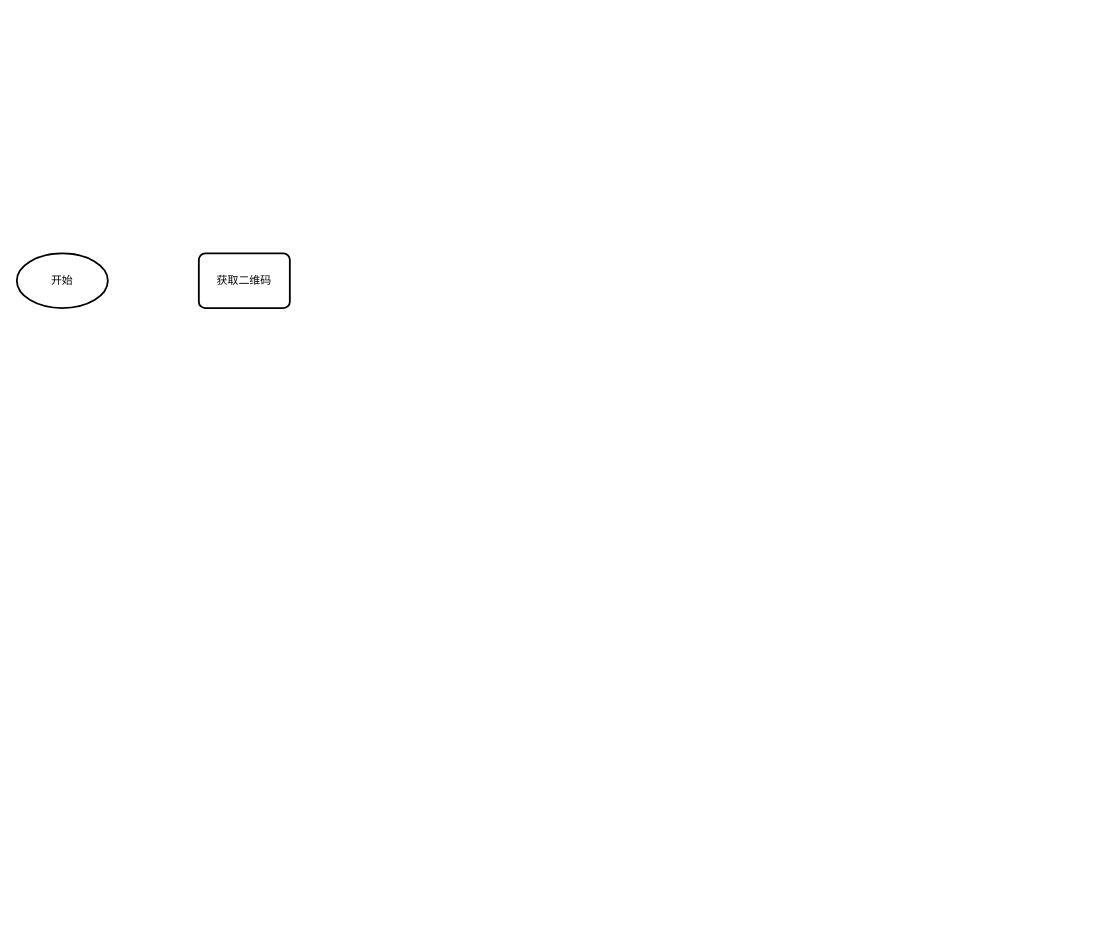
The draw.io diagram 登录.drawio in xiell2016/hetaoDesign, before the edit. Source tidied: cells renumbered, new cells numbered last; positions are measured from the earlier drawing's top-left corner, leaving out a move shared by most shapes. Both pictures are drawn from the tidied source at 91%, with x=0, y=0 at pixel (16, 253).
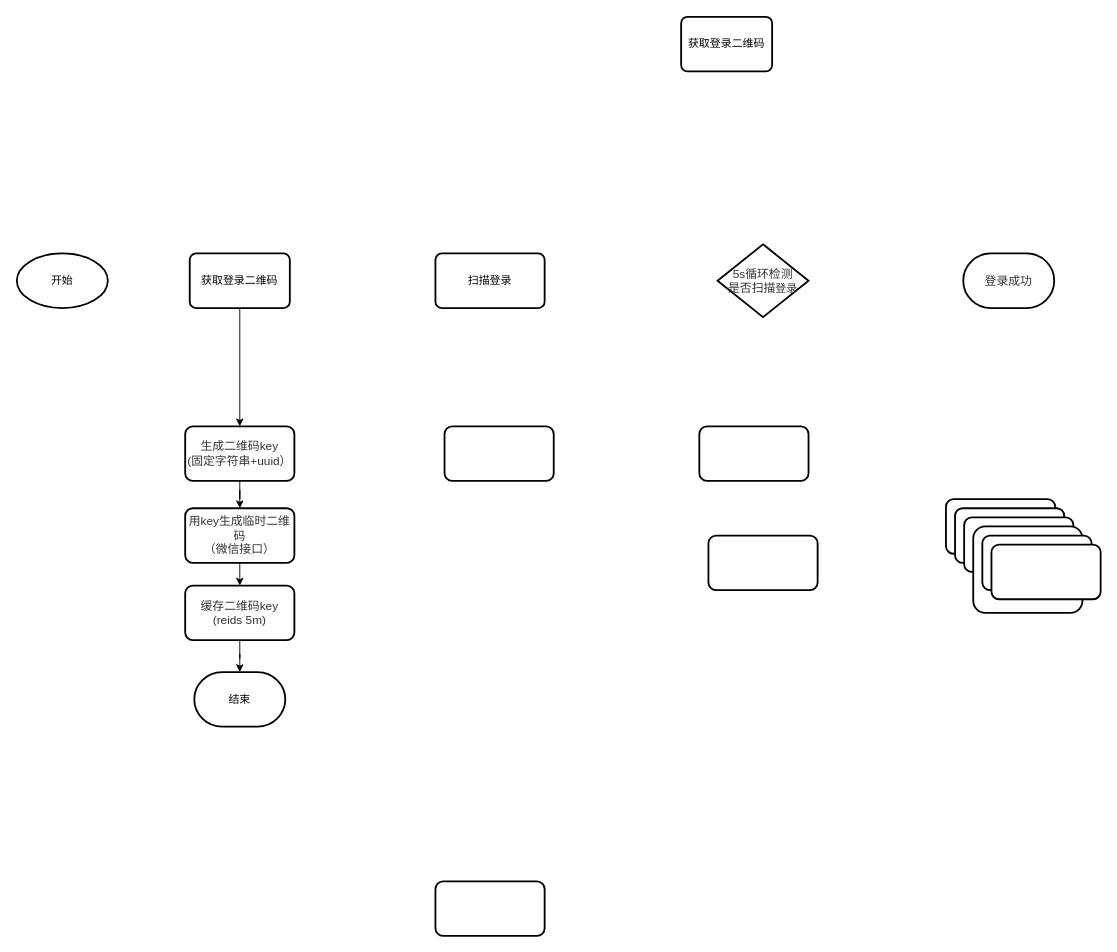
After the change.

What changed in the source:
```diff
@@
+    <mxCell id="4" style="edgeStyle=orthogonalEdgeStyle;rounded=0;jettySize=auto;html=1;exitX=0.5;exitY=1;exitDx=0;exitDy=0;" parent="1" edge="1" source="3" target="25">
+      <mxGeometry relative="1" as="geometry" />
+    </mxCell>
-    <mxCell id="3" value="获取二维码" style="rounded=1;whiteSpace=wrap;html=1;absoluteArcSize=1;arcSize=14;strokeWidth=2;" parent="1" vertex="1">
-      <mxGeometry x="200" width="100" height="60" as="geometry" />
+    <mxCell id="3" value="获取登录二维码" style="rounded=1;whiteSpace=wrap;html=1;absoluteArcSize=1;arcSize=14;strokeWidth=2;" parent="1" vertex="1">
+      <mxGeometry x="190" width="110" height="60" as="geometry" />
     </mxCell>
+    <mxCell id="5" value="获取登录二维码" style="rounded=1;whiteSpace=wrap;html=1;absoluteArcSize=1;arcSize=14;strokeWidth=2;" parent="1" vertex="1">
+      <mxGeometry x="730" y="-260" width="100" height="60" as="geometry" />
+    </mxCell>
+    <mxCell id="6" value="扫描登录" style="rounded=1;whiteSpace=wrap;html=1;absoluteArcSize=1;arcSize=14;strokeWidth=2;" parent="1" vertex="1">
+      <mxGeometry x="460" width="120" height="60" as="geometry" />
+    </mxCell>
+    <mxCell id="7" value="&lt;div style=&quot;resize: none ; outline: none ; font-size: 13px ; color: rgb(50 , 50 , 50) ; background-color: rgba(255 , 255 , 255 , 0.008)&quot;&gt;5s循环检测&lt;/div&gt;&lt;span style=&quot;color: rgb(50 , 50 , 50) ; font-size: 13px ; background-color: rgba(255 , 255 , 255 , 0.008)&quot;&gt;是否扫描&lt;/span&gt;&lt;span style=&quot;color: rgb(50 , 50 , 50) ; font-size: inherit ; background-color: rgba(255 , 255 , 255 , 0.008)&quot;&gt;登录&lt;/span&gt;" style="strokeWidth=2;html=1;shape=mxgraph.flowchart.decision;whiteSpace=wrap;" parent="1" vertex="1">
+      <mxGeometry x="770" y="-10" width="100" height="80" as="geometry" />
+    </mxCell>
+    <mxCell id="8" value="&lt;span style=&quot;color: rgb(50 , 50 , 50) ; font-size: 13px ; background-color: rgba(255 , 255 , 255 , 0.008)&quot;&gt;登录成功&lt;/span&gt;" style="strokeWidth=2;html=1;shape=mxgraph.flowchart.terminator;whiteSpace=wrap;" parent="1" vertex="1">
+      <mxGeometry x="1040" width="100" height="60" as="geometry" />
+    </mxCell>
+    <mxCell id="9" value="结束" style="strokeWidth=2;html=1;shape=mxgraph.flowchart.terminator;whiteSpace=wrap;" parent="1" vertex="1">
+      <mxGeometry x="195" y="460" width="100" height="60" as="geometry" />
+    </mxCell>
+    <mxCell id="10" style="whiteSpace=wrap;html=1;rounded=1;strokeWidth=2;arcSize=14;" parent="1" vertex="1">
+      <mxGeometry x="1021" y="270" width="120" height="60" as="geometry" />
+    </mxCell>
+    <mxCell id="11" style="whiteSpace=wrap;html=1;rounded=1;strokeWidth=2;arcSize=14;" parent="1" vertex="1">
+      <mxGeometry x="1031" y="280" width="120" height="60" as="geometry" />
+    </mxCell>
+    <mxCell id="12" style="whiteSpace=wrap;html=1;rounded=1;strokeWidth=2;arcSize=14;" parent="1" vertex="1">
+      <mxGeometry x="1041" y="290" width="120" height="60" as="geometry" />
+    </mxCell>
+    <mxCell id="13" style="whiteSpace=wrap;html=1;rounded=1;strokeWidth=2;arcSize=14;" parent="1" vertex="1">
+      <mxGeometry x="1051" y="300" width="120" height="95" as="geometry" />
+    </mxCell>
+    <mxCell id="14" style="whiteSpace=wrap;html=1;rounded=1;strokeWidth=2;arcSize=14;" parent="1" vertex="1">
+      <mxGeometry x="1061" y="310" width="120" height="60" as="geometry" />
+    </mxCell>
+    <mxCell id="15" style="whiteSpace=wrap;html=1;rounded=1;strokeWidth=2;arcSize=14;" parent="1" vertex="1">
+      <mxGeometry x="1071" y="320" width="120" height="60" as="geometry" />
+    </mxCell>
+    <mxCell id="16" style="whiteSpace=wrap;html=1;rounded=1;strokeWidth=2;arcSize=14;" parent="1" vertex="1">
+      <mxGeometry x="460" y="690" width="120" height="60" as="geometry" />
+    </mxCell>
+    <mxCell id="17" style="whiteSpace=wrap;html=1;rounded=1;strokeWidth=2;arcSize=14;" parent="1" vertex="1">
+      <mxGeometry x="760" y="310" width="120" height="60" as="geometry" />
+    </mxCell>
+    <mxCell id="18" style="whiteSpace=wrap;html=1;rounded=1;strokeWidth=2;arcSize=14;" parent="1" vertex="1">
+      <mxGeometry x="750" y="190" width="120" height="60" as="geometry" />
+    </mxCell>
+    <mxCell id="19" style="whiteSpace=wrap;html=1;rounded=1;strokeWidth=2;arcSize=14;" parent="1" vertex="1">
+      <mxGeometry x="470" y="190" width="120" height="60" as="geometry" />
+    </mxCell>
+    <mxCell id="20" style="edgeStyle=orthogonalEdgeStyle;rounded=0;jettySize=auto;html=1;" parent="1" edge="1" source="21" target="9">
+      <mxGeometry relative="1" as="geometry" />
+    </mxCell>
+    <mxCell id="21" value="&lt;span style=&quot;color: rgb(50 , 50 , 50) ; font-size: 13px ; background-color: rgba(255 , 255 , 255 , 0.008)&quot;&gt;缓存二维码key (reids 5m)&lt;/span&gt;" style="whiteSpace=wrap;html=1;rounded=1;strokeWidth=2;arcSize=14;" parent="1" vertex="1">
+      <mxGeometry x="185" y="365" width="120" height="60" as="geometry" />
+    </mxCell>
+    <mxCell id="22" style="edgeStyle=orthogonalEdgeStyle;rounded=0;jettySize=auto;html=1;exitX=0.5;exitY=1;exitDx=0;exitDy=0;entryX=0.5;entryY=0;entryDx=0;entryDy=0;" parent="1" edge="1" source="23" target="21">
+      <mxGeometry relative="1" as="geometry" />
+    </mxCell>
+    <mxCell id="23" value="&lt;span style=&quot;color: rgb(50 , 50 , 50) ; font-size: 13px ; background-color: rgba(255 , 255 , 255 , 0.008)&quot;&gt;用key生成临时二维码&lt;/span&gt;&lt;div style=&quot;resize: none ; outline: none ; font-size: 13px ; color: rgb(50 , 50 , 50) ; background-color: rgba(255 , 255 , 255 , 0.008)&quot;&gt;（微信接口）&lt;/div&gt;" style="whiteSpace=wrap;html=1;rounded=1;strokeWidth=2;arcSize=14;" parent="1" vertex="1">
+      <mxGeometry x="185" y="280" width="120" height="60" as="geometry" />
+    </mxCell>
+    <mxCell id="24" style="edgeStyle=orthogonalEdgeStyle;rounded=0;jettySize=auto;html=1;exitX=0.5;exitY=1;exitDx=0;exitDy=0;" parent="1" edge="1" source="25" target="23">
+      <mxGeometry relative="1" as="geometry" />
+    </mxCell>
+    <mxCell id="25" value="&lt;span style=&quot;color: rgb(50 , 50 , 50) ; font-size: 13px ; background-color: rgba(255 , 255 , 255 , 0.008)&quot;&gt;生成二维码key&lt;/span&gt;&lt;div style=&quot;resize: none ; outline: none ; font-size: 13px ; color: rgb(50 , 50 , 50) ; background-color: rgba(255 , 255 , 255 , 0.008)&quot;&gt;(固定字符串+uuid）&lt;/div&gt;" style="whiteSpace=wrap;html=1;rounded=1;strokeWidth=2;arcSize=14;" parent="1" vertex="1">
+      <mxGeometry x="185" y="190" width="120" height="60" as="geometry" />
+    </mxCell>
```
